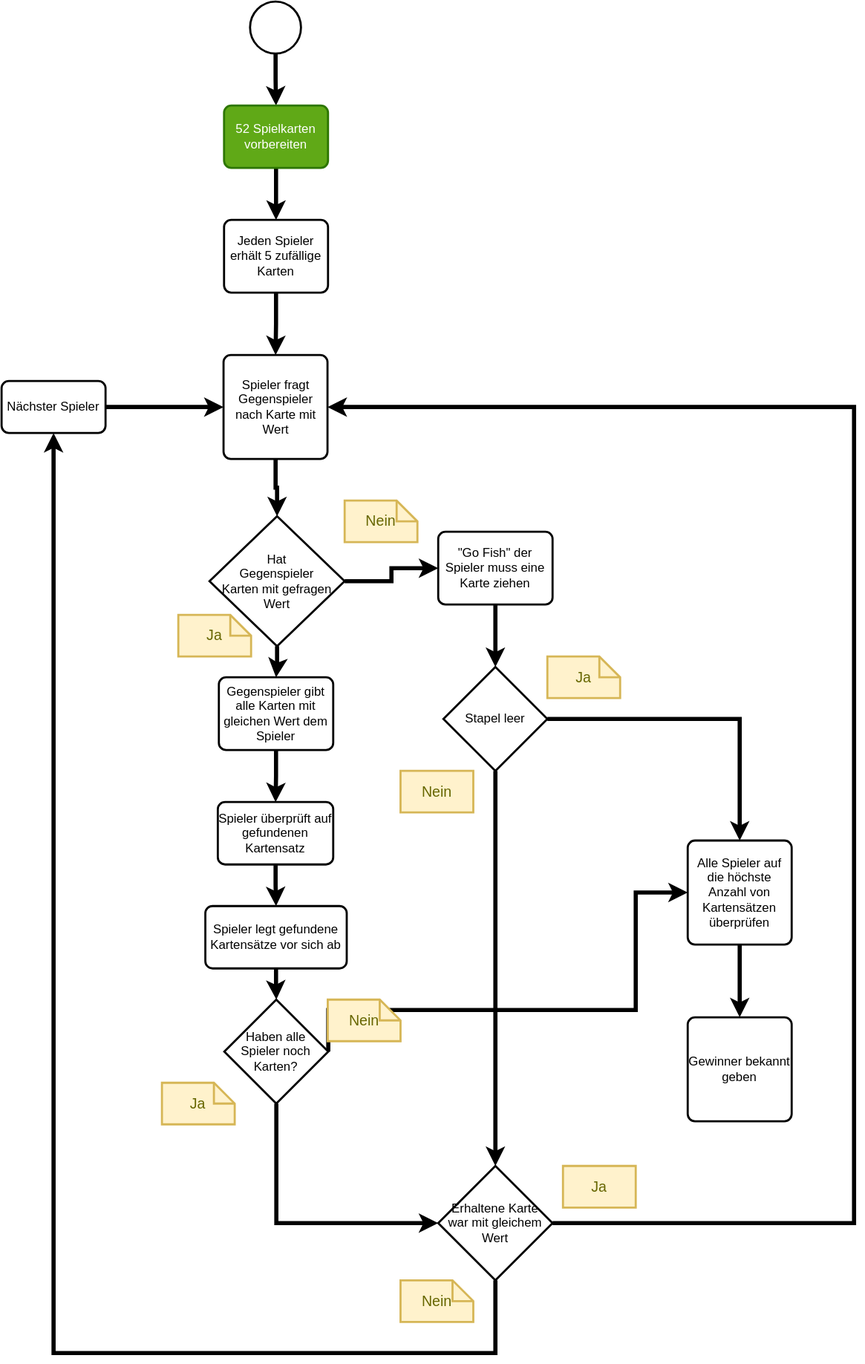
Above: documentation/spielablauf.drawio.svg in GregorBiswanger/go-fish-core (draw.io), before the change. Source tidied: cells renumbered, new cells last; positions are measured from the earlier drawing's top-left corner, leaving out a move shared by most shapes.
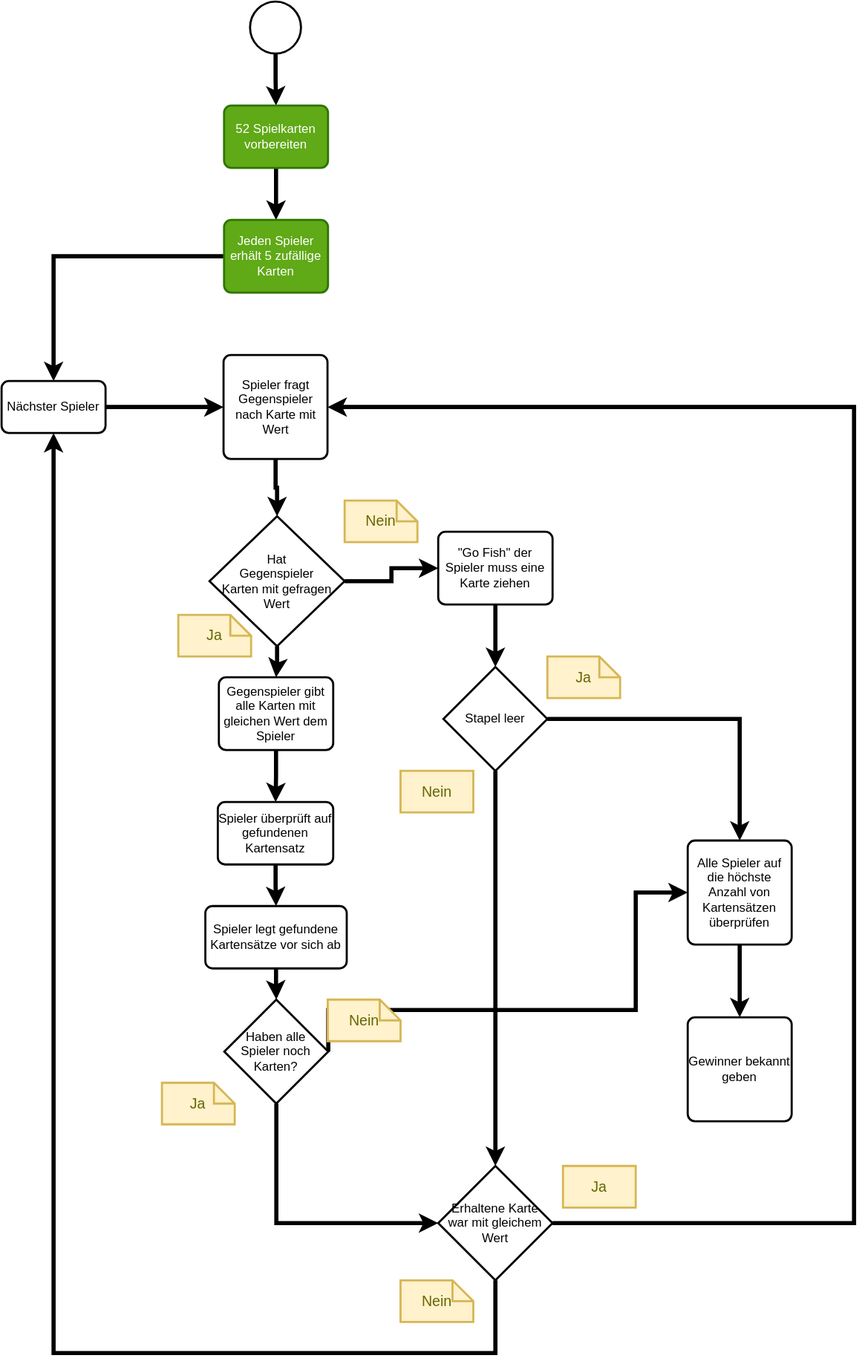
The same file after the commit.

Commit message:
Nächster Spieler an der Reihe

What changed in the source:
```diff
@@ -14,10 +14,10 @@
     <mxCell id="5" value="52 Spielkarten vorbereiten" style="rounded=1;whiteSpace=wrap;html=1;absoluteArcSize=1;arcSize=14;strokeWidth=2;fillColor=#60a917;strokeColor=#2D7600;fontColor=#ffffff;" parent="1" vertex="1">
       <mxGeometry x="214" y="100" width="100" height="60" as="geometry" />
     </mxCell>
-    <mxCell id="6" style="edgeStyle=orthogonalEdgeStyle;rounded=0;jettySize=auto;html=1;strokeWidth=4;" parent="1" edge="1" source="7" target="9">
+    <mxCell id="6" style="edgeStyle=orthogonalEdgeStyle;rounded=0;jettySize=auto;html=1;strokeWidth=4;entryX=0.5;entryY=0;entryDx=0;entryDy=0;" parent="1" edge="1" source="7" target="29">
       <mxGeometry relative="1" as="geometry" />
     </mxCell>
-    <mxCell id="7" value="Jeden Spieler erhält 5 zufällige Karten" style="rounded=1;whiteSpace=wrap;html=1;absoluteArcSize=1;arcSize=14;strokeWidth=2;" parent="1" vertex="1">
+    <mxCell id="7" value="Jeden Spieler erhält 5 zufällige Karten" style="rounded=1;whiteSpace=wrap;html=1;absoluteArcSize=1;arcSize=14;strokeWidth=2;fillColor=#60a917;strokeColor=#2D7600;fontColor=#ffffff;" parent="1" vertex="1">
       <mxGeometry x="214" y="210" width="100" height="70" as="geometry" />
     </mxCell>
     <mxCell id="8" style="edgeStyle=orthogonalEdgeStyle;rounded=0;jettySize=auto;html=1;strokeWidth=4;" parent="1" edge="1" source="9" target="12">
```
